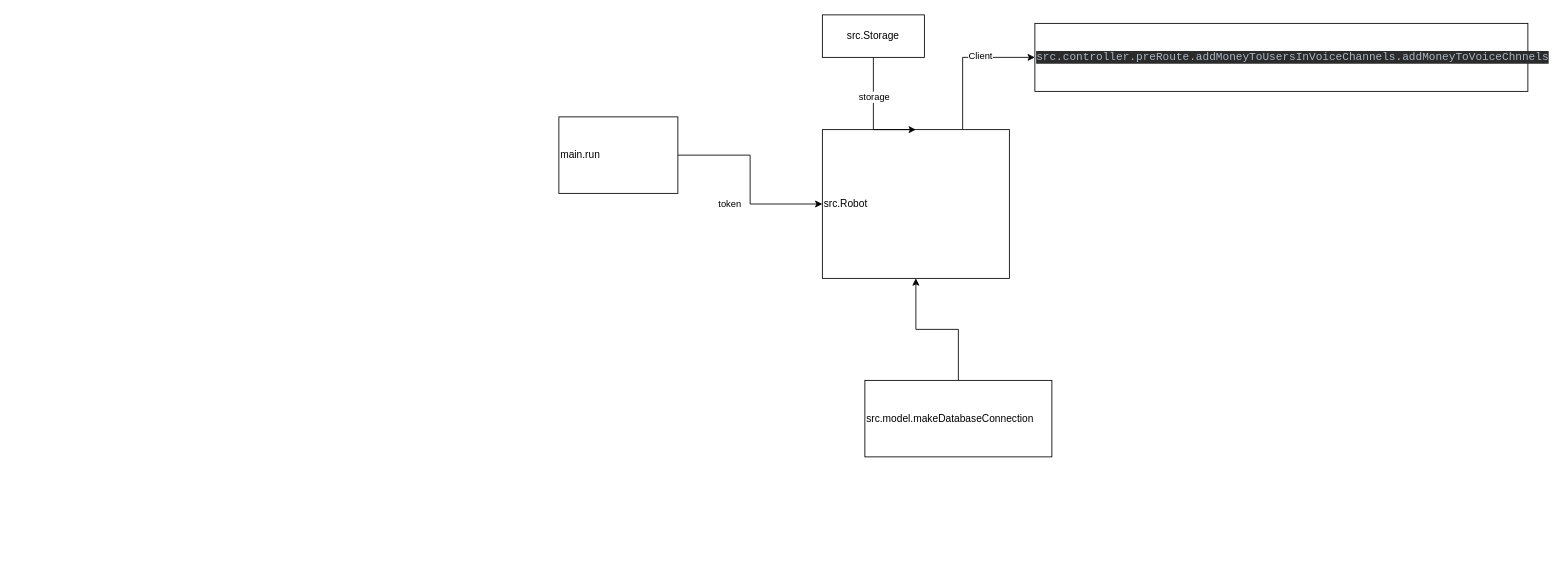
Earlier version of the draw.io diagram modelDesign/dataFlowDiagram.drawio (funny-nation/Funny-Nation). Source tidied: cells renumbered, new cells numbered last; positions are measured from the earlier drawing's top-left corner, leaving out a move shared by most shapes. Both pictures are drawn from the tidied source at 85%, with x=0, y=0 at pixel (558, 14).
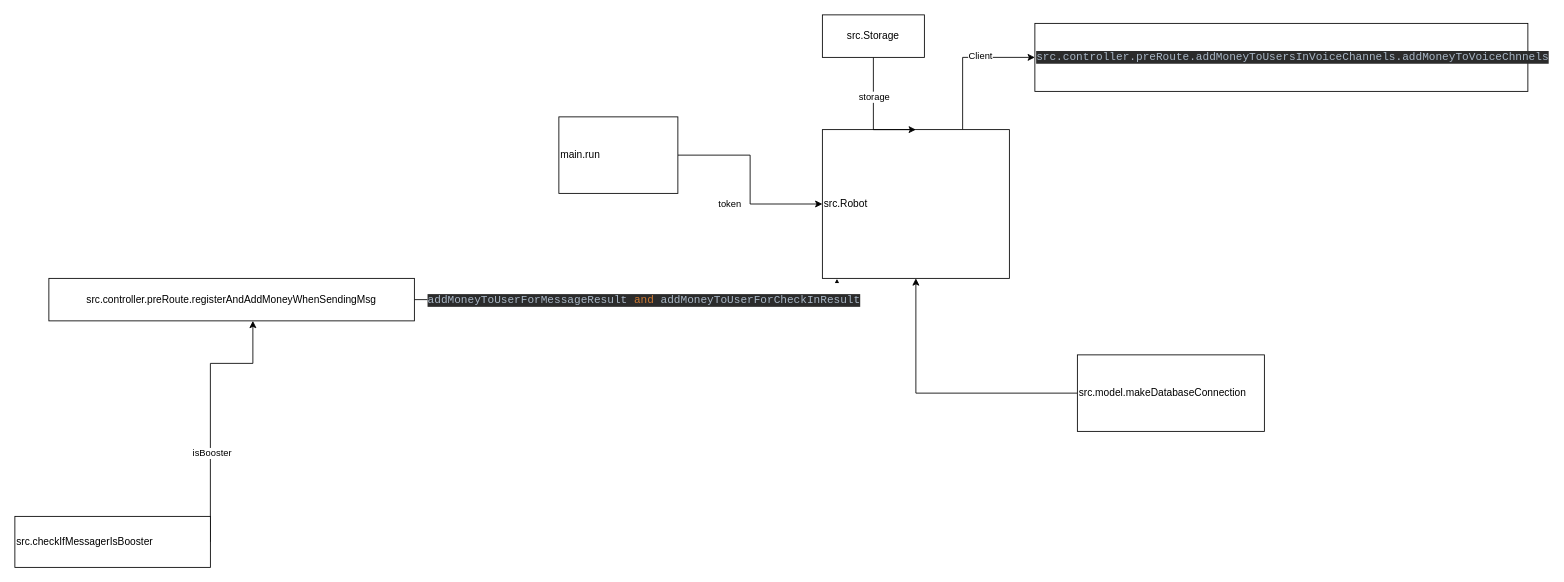
After the change.

Unchanged cells that the change refers to:
```xml
<mxCell id="7" value="src.Robot" style="rounded=0;whiteSpace=wrap;html=1;align=left;" parent="1" vertex="1">
  <mxGeometry x="310" y="135" width="220" height="175" as="geometry" />
</mxCell>
```

What changed in the source:
```diff
@@
     <mxCell id="13" value="src.model.makeDatabaseConnection" style="rounded=0;whiteSpace=wrap;html=1;align=left;" parent="1" vertex="1">
-      <mxGeometry x="360" y="430" width="220" height="90" as="geometry" />
+      <mxGeometry x="610" y="400" width="220" height="90" as="geometry" />
     </mxCell>
+    <mxCell id="14" style="edgeStyle=orthogonalEdgeStyle;rounded=0;jettySize=auto;html=1;exitX=1;exitY=0.5;exitDx=0;exitDy=0;" parent="1" edge="1" source="16" target="19">
+      <mxGeometry relative="1" as="geometry">
+        <Array as="points">
+          <mxPoint x="-410" y="410" />
+          <mxPoint x="-360" y="410" />
+        </Array>
+      </mxGeometry>
+    </mxCell>
+    <mxCell id="15" value="isBooster" style="edgeLabel;html=1;align=center;verticalAlign=middle;" parent="14" vertex="1">
+      <mxGeometry x="-0.32" y="-1" relative="1" as="geometry" />
+    </mxCell>
+    <mxCell id="16" value="src.checkIfMessagerIsBooster" style="rounded=0;whiteSpace=wrap;html=1;align=left;" parent="1" vertex="1">
+      <mxGeometry x="-640" y="590" width="230" height="60" as="geometry" />
+    </mxCell>
+    <mxCell id="17" style="edgeStyle=orthogonalEdgeStyle;rounded=0;jettySize=auto;html=1;entryX=0.078;entryY=1.003;entryDx=0;entryDy=0;entryPerimeter=0;" parent="1" edge="1" source="19" target="7">
+      <mxGeometry relative="1" as="geometry" />
+    </mxCell>
+    <mxCell id="18" value="&lt;pre style=&quot;background-color: #2b2b2b ; color: #a9b7c6 ; font-family: &amp;#34;jetbrains mono&amp;#34; , monospace ; font-size: 9.8pt&quot;&gt;addMoneyToUserForMessageResult &lt;span style=&quot;color: #cc7832&quot;&gt;and &lt;/span&gt;addMoneyToUserForCheckInResult&lt;/pre&gt;" style="edgeLabel;html=1;align=center;verticalAlign=middle;" parent="17" vertex="1">
+      <mxGeometry x="-0.31" y="1" relative="1" as="geometry">
+        <mxPoint x="89" y="1" as="offset" />
+      </mxGeometry>
+    </mxCell>
+    <mxCell id="19" value="src.controller.preRoute.registerAndAddMoneyWhenSendingMsg" style="rounded=0;whiteSpace=wrap;html=1;" parent="1" vertex="1">
+      <mxGeometry x="-600" y="310" width="430" height="50" as="geometry" />
+    </mxCell>
```
